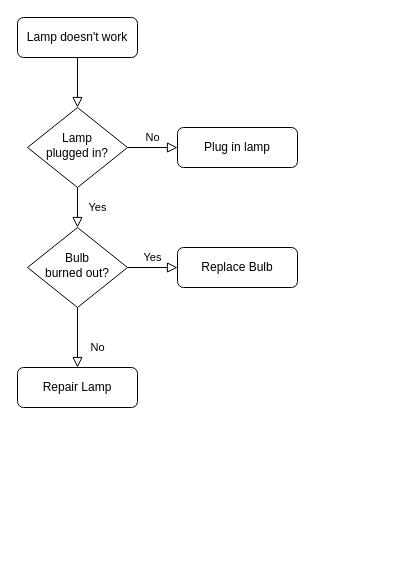
Earlier version of the draw.io diagram FizzBuzz.drawio (ZestyBuddha/hello-world). Source tidied: cells renumbered, new cells numbered last; positions are measured from the earlier drawing's top-left corner, leaving out a move shared by most shapes. Both pictures are drawn from the tidied source at 100%, with x=0, y=0 at pixel (17, 17).
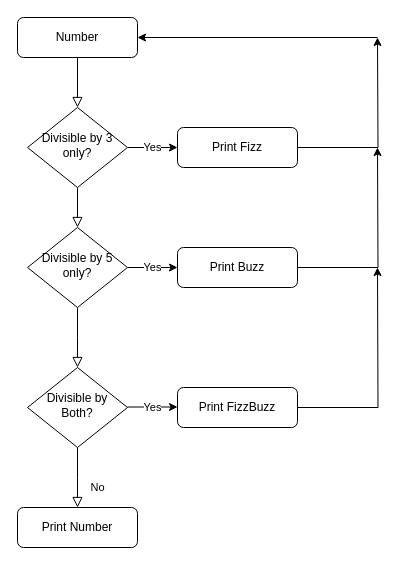
Above is the later version.

The edit, as a diff of the source:
```diff
@@
-    <mxCell id="3" value="Lamp doesn't work" style="rounded=1;whiteSpace=wrap;html=1;fontSize=12;glass=0;strokeWidth=1;shadow=0;" parent="1" vertex="1">
+    <mxCell id="3" value="Number" style="rounded=1;whiteSpace=wrap;html=1;fontSize=12;glass=0;strokeWidth=1;shadow=0;" parent="1" vertex="1">
       <mxGeometry width="120" height="40" as="geometry" />
     </mxCell>
-    <mxCell id="4" value="Yes" style="rounded=0;html=1;jettySize=auto;fontSize=11;endArrow=block;endFill=0;endSize=8;strokeWidth=1;shadow=0;labelBackgroundColor=none;edgeStyle=orthogonalEdgeStyle;" parent="1" edge="1" source="6" target="10">
+    <mxCell id="4" style="rounded=0;html=1;jettySize=auto;fontSize=11;endArrow=block;endFill=0;endSize=8;strokeWidth=1;shadow=0;labelBackgroundColor=none;edgeStyle=orthogonalEdgeStyle;" parent="1" edge="1" source="6" target="10">
       <mxGeometry y="20" relative="1" as="geometry" />
     </mxCell>
-    <mxCell id="5" value="No" style="edgeStyle=orthogonalEdgeStyle;rounded=0;html=1;jettySize=auto;fontSize=11;endArrow=block;endFill=0;endSize=8;strokeWidth=1;shadow=0;labelBackgroundColor=none;" parent="1" edge="1" source="6" target="7">
-      <mxGeometry y="10" relative="1" as="geometry" />
-    </mxCell>
+    <mxCell id="13" value="Yes" style="edgeStyle=orthogonalEdgeStyle;rounded=0;jettySize=auto;html=1;" parent="1" edge="1" source="6" target="7">
+      <mxGeometry relative="1" as="geometry" />
+    </mxCell>
-    <mxCell id="6" value="Lamp&lt;br&gt;plugged in?" style="rhombus;whiteSpace=wrap;html=1;shadow=0;fontFamily=Helvetica;fontSize=12;align=center;strokeWidth=1;spacing=6;spacingTop=-4;" parent="1" vertex="1">
+    <mxCell id="6" value="Divisible by 3 only?" style="rhombus;whiteSpace=wrap;html=1;shadow=0;fontFamily=Helvetica;fontSize=12;align=center;strokeWidth=1;spacing=6;spacingTop=-4;" parent="1" vertex="1">
       <mxGeometry x="10" y="90" width="100" height="80" as="geometry" />
     </mxCell>
+    <mxCell id="14" style="edgeStyle=orthogonalEdgeStyle;rounded=0;jettySize=auto;html=1;exitX=1;exitY=0.5;exitDx=0;exitDy=0;" parent="1" edge="1" source="7">
+      <mxGeometry relative="1" as="geometry">
+        <mxPoint x="360" y="20" as="targetPoint" />
+      </mxGeometry>
+    </mxCell>
-    <mxCell id="7" value="Plug in lamp" style="rounded=1;whiteSpace=wrap;html=1;fontSize=12;glass=0;strokeWidth=1;shadow=0;" parent="1" vertex="1">
+    <mxCell id="7" value="Print Fizz" style="rounded=1;whiteSpace=wrap;html=1;fontSize=12;glass=0;strokeWidth=1;shadow=0;" parent="1" vertex="1">
       <mxGeometry x="160" y="110" width="120" height="40" as="geometry" />
     </mxCell>
-    <mxCell id="8" value="No" style="rounded=0;html=1;jettySize=auto;fontSize=11;endArrow=block;endFill=0;endSize=8;strokeWidth=1;shadow=0;labelBackgroundColor=none;edgeStyle=orthogonalEdgeStyle;" parent="1" edge="1" source="10" target="11">
-      <mxGeometry x="0.33" y="20" relative="1" as="geometry" />
+    <mxCell id="8" style="rounded=0;html=1;jettySize=auto;fontSize=11;endArrow=block;endFill=0;endSize=8;strokeWidth=1;shadow=0;labelBackgroundColor=none;edgeStyle=orthogonalEdgeStyle;" parent="1" edge="1" source="10">
+      <mxGeometry x="0.33" y="20" relative="1" as="geometry">
+        <mxPoint x="60" y="350" as="targetPoint" />
+      </mxGeometry>
     </mxCell>
+    <mxCell id="10" value="Divisible by 5 only?" style="rhombus;whiteSpace=wrap;html=1;shadow=0;fontFamily=Helvetica;fontSize=12;align=center;strokeWidth=1;spacing=6;spacingTop=-4;" parent="1" vertex="1">
+      <mxGeometry x="10" y="210" width="100" height="80" as="geometry" />
+    </mxCell>
+    <mxCell id="15" style="edgeStyle=orthogonalEdgeStyle;rounded=0;jettySize=auto;html=1;exitX=1;exitY=0.5;exitDx=0;exitDy=0;" parent="1" edge="1" source="12">
+      <mxGeometry relative="1" as="geometry">
+        <mxPoint x="360" y="130" as="targetPoint" />
+      </mxGeometry>
+    </mxCell>
+    <mxCell id="12" value="Print Buzz" style="rounded=1;whiteSpace=wrap;html=1;fontSize=12;glass=0;strokeWidth=1;shadow=0;" parent="1" vertex="1">
+      <mxGeometry x="160" y="230" width="120" height="40" as="geometry" />
+    </mxCell>
+    <mxCell id="16" style="endArrow=classic;html=1;rounded=0;entryX=1;entryY=0.5;entryDx=0;entryDy=0;" parent="1" edge="1" target="3">
+      <mxGeometry relative="1" as="geometry">
+        <mxPoint x="360" y="20" as="sourcePoint" />
+      </mxGeometry>
+    </mxCell>
+    <mxCell id="5" value="No" style="rounded=0;html=1;jettySize=auto;fontSize=11;endArrow=block;endFill=0;endSize=8;strokeWidth=1;shadow=0;labelBackgroundColor=none;edgeStyle=orthogonalEdgeStyle;" parent="1" edge="1" source="17">
+      <mxGeometry x="0.33" y="20" relative="1" as="geometry">
+        <mxPoint x="60" y="490" as="targetPoint" />
+      </mxGeometry>
+    </mxCell>
+    <mxCell id="17" value="Divisible by Both?" style="rhombus;whiteSpace=wrap;html=1;shadow=0;fontFamily=Helvetica;fontSize=12;align=center;strokeWidth=1;spacing=6;spacingTop=-4;" parent="1" vertex="1">
+      <mxGeometry x="10" y="350" width="100" height="80" as="geometry" />
+    </mxCell>
+    <mxCell id="18" style="edgeStyle=orthogonalEdgeStyle;rounded=0;jettySize=auto;html=1;exitX=1;exitY=0.5;exitDx=0;exitDy=0;" parent="1" edge="1" source="19">
+      <mxGeometry relative="1" as="geometry">
+        <mxPoint x="360" y="250" as="targetPoint" />
+      </mxGeometry>
+    </mxCell>
+    <mxCell id="19" value="Print FizzBuzz" style="rounded=1;whiteSpace=wrap;html=1;fontSize=12;glass=0;strokeWidth=1;shadow=0;" parent="1" vertex="1">
+      <mxGeometry x="160" y="370" width="120" height="40" as="geometry" />
+    </mxCell>
-    <mxCell id="9" value="Yes" style="edgeStyle=orthogonalEdgeStyle;rounded=0;html=1;jettySize=auto;fontSize=11;endArrow=block;endFill=0;endSize=8;strokeWidth=1;shadow=0;labelBackgroundColor=none;" parent="1" edge="1" source="10" target="12">
-      <mxGeometry y="10" relative="1" as="geometry" />
+    <mxCell id="9" value="Yes" style="endArrow=classic;html=1;rounded=0;entryX=0;entryY=0.5;entryDx=0;entryDy=0;exitX=1;exitY=0.5;exitDx=0;exitDy=0;" parent="1" edge="1" source="10" target="12">
+      <mxGeometry relative="1" as="geometry" />
     </mxCell>
-    <mxCell id="10" value="Bulb&lt;br&gt;burned out?" style="rhombus;whiteSpace=wrap;html=1;shadow=0;fontFamily=Helvetica;fontSize=12;align=center;strokeWidth=1;spacing=6;spacingTop=-4;" parent="1" vertex="1">
-      <mxGeometry x="10" y="210" width="100" height="80" as="geometry" />
-    </mxCell>
-    <mxCell id="11" value="Repair Lamp" style="rounded=1;whiteSpace=wrap;html=1;fontSize=12;glass=0;strokeWidth=1;shadow=0;" parent="1" vertex="1">
-      <mxGeometry y="350" width="120" height="40" as="geometry" />
-    </mxCell>
-    <mxCell id="12" value="Replace Bulb" style="rounded=1;whiteSpace=wrap;html=1;fontSize=12;glass=0;strokeWidth=1;shadow=0;" parent="1" vertex="1">
-      <mxGeometry x="160" y="230" width="120" height="40" as="geometry" />
-    </mxCell>
+    <mxCell id="20" value="Yes" style="endArrow=classic;html=1;rounded=0;entryX=0;entryY=0.5;entryDx=0;entryDy=0;exitX=1;exitY=0.5;exitDx=0;exitDy=0;" parent="1" edge="1">
+      <mxGeometry relative="1" as="geometry">
+        <mxPoint x="110" y="389.5" as="sourcePoint" />
+        <mxPoint x="160" y="389.5" as="targetPoint" />
+      </mxGeometry>
+    </mxCell>
+    <mxCell id="21" value="Print Number" style="rounded=1;whiteSpace=wrap;html=1;fontSize=12;glass=0;strokeWidth=1;shadow=0;" parent="1" vertex="1">
+      <mxGeometry y="490" width="120" height="40" as="geometry" />
+    </mxCell>
```
